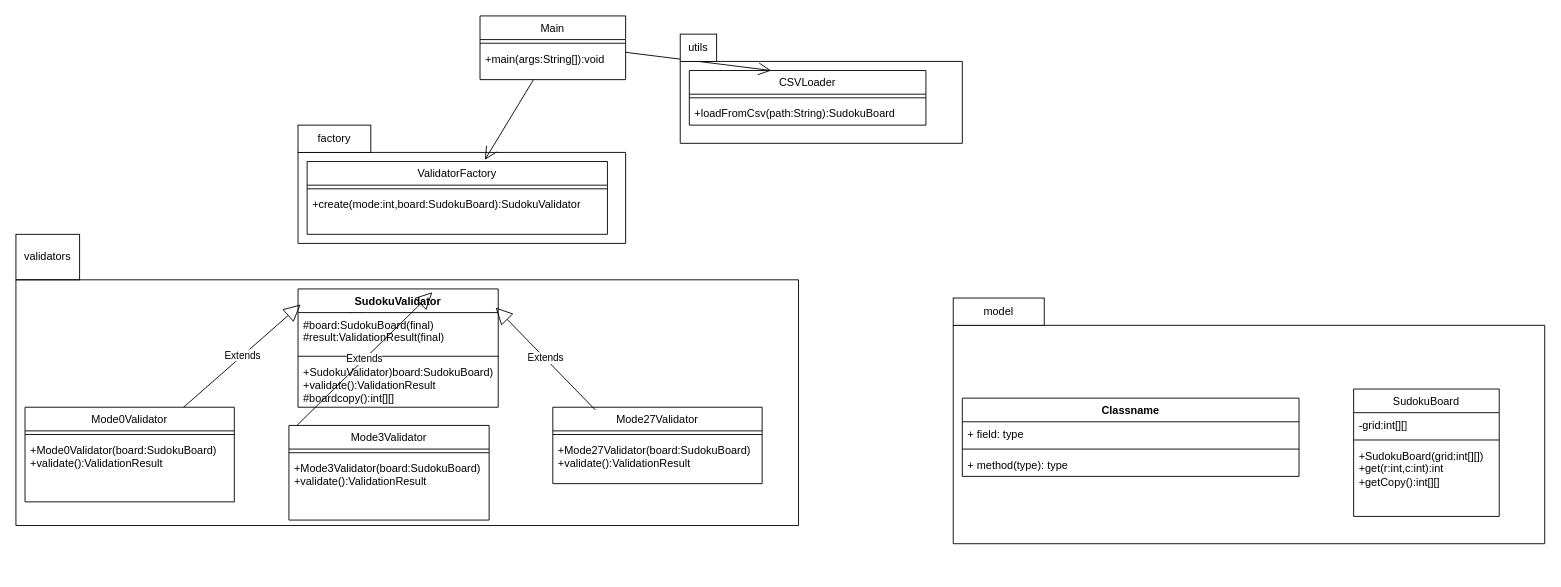
The draw.io diagram UML/Class_diagram.drawio in ProgrammingII-projects/Soduko-Generator, before the edit. Source tidied: cells renumbered, new cells numbered last; positions are measured from the earlier drawing's top-left corner, leaving out a move shared by most shapes. Both pictures are drawn from the tidied source at 91%, with x=0, y=0 at pixel (15, 15).
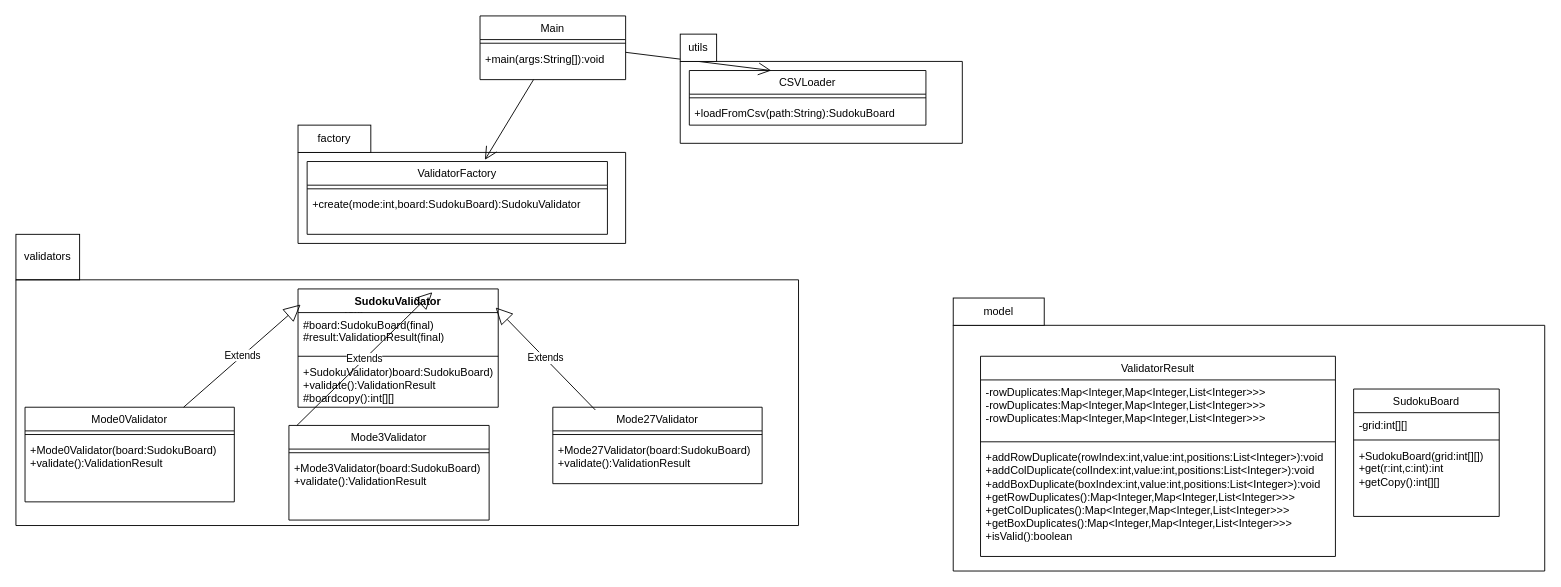
The same page after the edit.

Commit message:
added ValidatorResult class with its attributes and methods

What changed in the source:
```diff
@@
-    <mxCell id="36" value="Classname" style="swimlane;fontStyle=1;align=center;verticalAlign=top;horizontal=1;startSize=26;whiteSpace=wrap;html=1;" parent="1" vertex="1">
-      <mxGeometry x="1040" y="420" width="370" height="86" as="geometry" />
-    </mxCell>
-    <mxCell id="37" value="+ field: type" style="text;strokeColor=none;fillColor=none;align=left;verticalAlign=top;spacingLeft=4;spacingRight=4;overflow=hidden;whiteSpace=wrap;html=1;" parent="36" vertex="1">
-      <mxGeometry y="26" width="370" height="26" as="geometry" />
-    </mxCell>
-    <mxCell id="38" style="line;strokeWidth=1;fillColor=none;align=left;verticalAlign=middle;spacingTop=-1;spacingLeft=3;spacingRight=3;labelPosition=right;strokeColor=inherit;" parent="36" vertex="1">
-      <mxGeometry y="52" width="370" height="8" as="geometry" />
-    </mxCell>
-    <mxCell id="39" value="+ method(type): type" style="text;strokeColor=none;fillColor=none;align=left;verticalAlign=top;spacingLeft=4;spacingRight=4;overflow=hidden;whiteSpace=wrap;html=1;" parent="36" vertex="1">
-      <mxGeometry y="60" width="370" height="26" as="geometry" />
-    </mxCell>
@@
     <mxCell id="44" style="swimlane;startSize=0;" parent="1" vertex="1">
-      <mxGeometry x="1030" y="340" width="650" height="240" as="geometry" />
+      <mxGeometry x="1030" y="340" width="650" height="270" as="geometry" />
     </mxCell>
+    <mxCell id="46" value="&lt;span style=&quot;font-weight: normal;&quot;&gt;ValidatorResult&lt;/span&gt;" style="swimlane;fontStyle=1;align=center;verticalAlign=top;horizontal=1;startSize=26;whiteSpace=wrap;html=1;" parent="44" vertex="1">
+      <mxGeometry x="30" y="34" width="390" height="220" as="geometry" />
+    </mxCell>
+    <mxCell id="47" value="-rowDuplicates:Map&amp;lt;Integer,Map&amp;lt;Integer,List&amp;lt;Integer&amp;gt;&amp;gt;&amp;gt;&lt;div&gt;&lt;span style=&quot;color: rgb(0, 0, 0);&quot;&gt;-rowDuplicates:Map&amp;lt;Integer,Map&amp;lt;Integer,List&amp;lt;Integer&amp;gt;&amp;gt;&amp;gt;&lt;/span&gt;&lt;/div&gt;&lt;div&gt;&lt;span style=&quot;color: rgb(0, 0, 0);&quot;&gt;-rowDuplicates:Map&amp;lt;Integer,Map&amp;lt;Integer,List&amp;lt;Integer&amp;gt;&amp;gt;&amp;gt;&lt;/span&gt;&lt;span style=&quot;color: rgb(0, 0, 0);&quot;&gt;&lt;/span&gt;&lt;/div&gt;" style="text;strokeColor=none;fillColor=none;align=left;verticalAlign=top;spacingLeft=4;spacingRight=4;overflow=hidden;whiteSpace=wrap;html=1;" parent="46" vertex="1">
+      <mxGeometry y="26" width="390" height="64" as="geometry" />
+    </mxCell>
+    <mxCell id="48" style="line;strokeWidth=1;fillColor=none;align=left;verticalAlign=middle;spacingTop=-1;spacingLeft=3;spacingRight=3;labelPosition=right;strokeColor=inherit;" parent="46" vertex="1">
+      <mxGeometry y="90" width="390" height="8" as="geometry" />
+    </mxCell>
+    <mxCell id="49" value="+addRowDuplicate(rowIndex:int,value:int,positions:List&amp;lt;Integer&amp;gt;):void&lt;div&gt;&lt;span style=&quot;color: rgb(0, 0, 0);&quot;&gt;+addColDuplicate(colIndex:int,value:int,positions:List&amp;lt;Integer&amp;gt;):void&lt;/span&gt;&lt;/div&gt;&lt;div&gt;&lt;span style=&quot;color: rgb(0, 0, 0);&quot;&gt;+addBoxDuplicate(boxIndex:int,value:int,positions:List&amp;lt;Integer&amp;gt;):void&lt;/span&gt;&lt;/div&gt;&lt;div&gt;&lt;font color=&quot;#000000&quot;&gt;+getRowDuplicates():Map&amp;lt;Integer,Map&amp;lt;Integer,List&amp;lt;Integer&amp;gt;&amp;gt;&amp;gt;&lt;/font&gt;&lt;/div&gt;&lt;div&gt;&lt;font color=&quot;#000000&quot;&gt;&lt;span style=&quot;color: rgb(0, 0, 0);&quot;&gt;+getColDuplicates():Map&amp;lt;Integer,Map&amp;lt;Integer,List&amp;lt;Integer&amp;gt;&amp;gt;&amp;gt;&lt;/span&gt;&lt;/font&gt;&lt;/div&gt;&lt;div&gt;&lt;font color=&quot;#000000&quot;&gt;&lt;span style=&quot;color: rgb(0, 0, 0);&quot;&gt;+getBoxDuplicates():Map&amp;lt;Integer,Map&amp;lt;Integer,List&amp;lt;Integer&amp;gt;&amp;gt;&amp;gt;&lt;/span&gt;&lt;/font&gt;&lt;/div&gt;&lt;div&gt;&lt;font color=&quot;#000000&quot;&gt;&lt;span style=&quot;color: rgb(0, 0, 0);&quot;&gt;+isValid():boolean&lt;/span&gt;&lt;/font&gt;&lt;/div&gt;&lt;div&gt;&lt;font color=&quot;#000000&quot;&gt;&lt;font color=&quot;#000000&quot;&gt;&lt;font color=&quot;#000000&quot;&gt;&lt;font color=&quot;#000000&quot;&gt;&lt;br&gt;&lt;/font&gt;&lt;/font&gt;&lt;/font&gt;&lt;/font&gt;&lt;div style=&quot;color: rgb(63, 63, 63); scrollbar-color: rgb(226, 226, 226) rgb(251, 251, 251);&quot;&gt;&lt;br&gt;&lt;/div&gt;&lt;div style=&quot;color: rgb(63, 63, 63); scrollbar-color: rgb(226, 226, 226) rgb(251, 251, 251);&quot;&gt;&lt;br&gt;&lt;/div&gt;&lt;/div&gt;" style="text;strokeColor=none;fillColor=none;align=left;verticalAlign=top;spacingLeft=4;spacingRight=4;overflow=hidden;whiteSpace=wrap;html=1;" parent="46" vertex="1">
+      <mxGeometry y="98" width="390" height="122" as="geometry" />
+    </mxCell>
```
